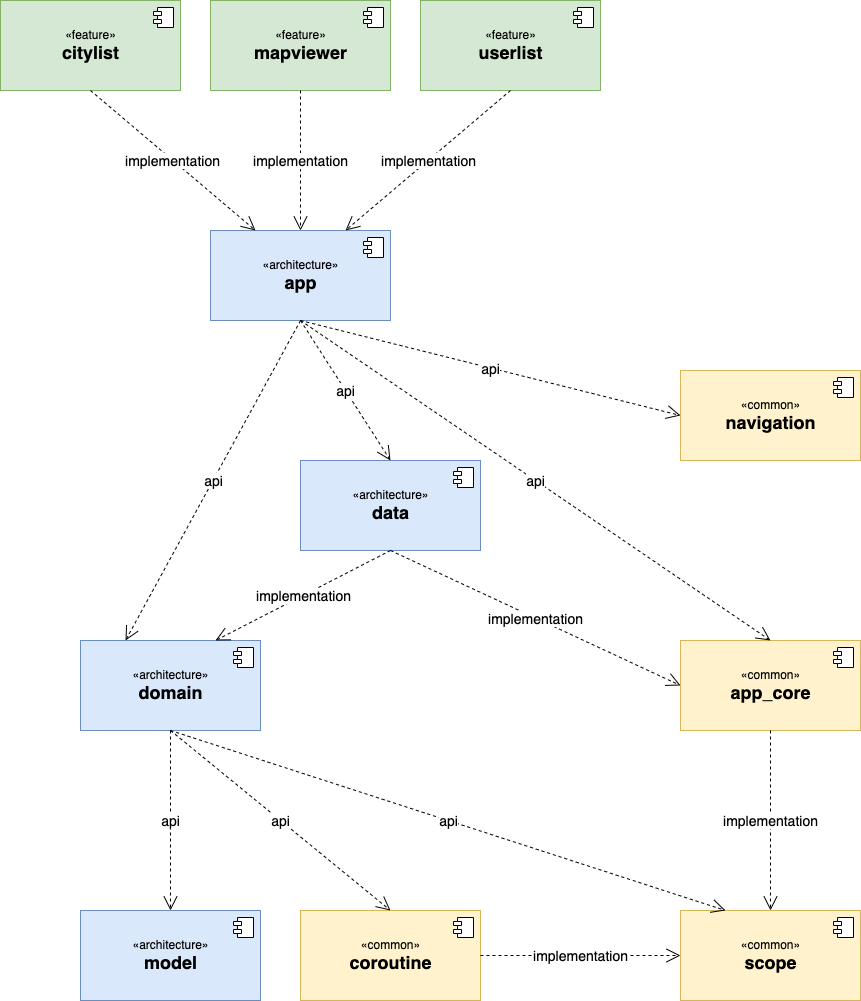
Above: static/modules.png in aminography/WorldCitiesApp (draw.io), before the change. Source tidied: cells renumbered, new cells last; positions are measured from the earlier drawing's top-left corner, leaving out a move shared by most shapes.
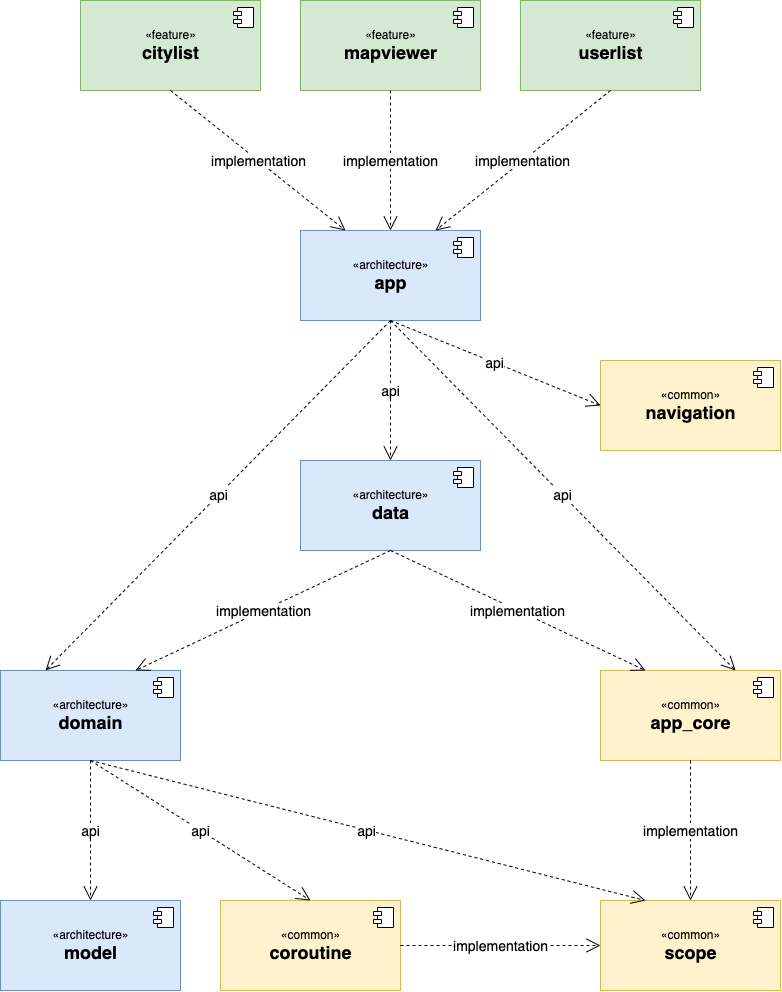
After the change.

Change to the diagram source:
```diff
@@ -11,7 +11,7 @@
       </mxGeometry>
     </mxCell>
     <mxCell id="4" value="«common»&lt;br&gt;&lt;span style=&quot;font-size: 18px&quot;&gt;&lt;b&gt;scope&lt;/b&gt;&lt;/span&gt;" style="html=1;fillColor=#fff2cc;strokeColor=#d6b656;" parent="1" vertex="1">
-      <mxGeometry x="680" y="910" width="180" height="90" as="geometry" />
+      <mxGeometry x="680" y="870" width="180" height="90" as="geometry" />
     </mxCell>
     <mxCell id="5" style="shape=module;jettyWidth=8;jettyHeight=4;" parent="4" vertex="1">
       <mxGeometry x="1" width="20" height="20" relative="1" as="geometry">
@@ -19,7 +19,7 @@
       </mxGeometry>
     </mxCell>
     <mxCell id="6" value="«common»&lt;br&gt;&lt;b&gt;&lt;font style=&quot;font-size: 18px&quot;&gt;coroutine&lt;/font&gt;&lt;/b&gt;" style="html=1;fillColor=#fff2cc;strokeColor=#d6b656;" parent="1" vertex="1">
-      <mxGeometry x="300" y="910" width="180" height="90" as="geometry" />
+      <mxGeometry x="300" y="870" width="180" height="90" as="geometry" />
     </mxCell>
     <mxCell id="7" style="shape=module;jettyWidth=8;jettyHeight=4;" parent="6" vertex="1">
       <mxGeometry x="1" width="20" height="20" relative="1" as="geometry">
@@ -27,7 +27,7 @@
       </mxGeometry>
     </mxCell>
     <mxCell id="8" value="«architecture»&lt;br&gt;&lt;span style=&quot;font-size: 18px&quot;&gt;&lt;b&gt;model&lt;/b&gt;&lt;/span&gt;" style="html=1;fillColor=#dae8fc;strokeColor=#6c8ebf;" parent="1" vertex="1">
-      <mxGeometry x="80" y="910" width="180" height="90" as="geometry" />
+      <mxGeometry x="80" y="870" width="180" height="90" as="geometry" />
     </mxCell>
     <mxCell id="9" style="shape=module;jettyWidth=8;jettyHeight=4;" parent="8" vertex="1">
       <mxGeometry x="1" width="20" height="20" relative="1" as="geometry">
@@ -41,7 +41,7 @@
       <mxGeometry relative="1" as="geometry" />
     </mxCell>
     <mxCell id="12" value="«common»&lt;br&gt;&lt;span style=&quot;font-size: 18px&quot;&gt;&lt;b&gt;navigation&lt;/b&gt;&lt;/span&gt;" style="html=1;fillColor=#fff2cc;strokeColor=#d6b656;" parent="1" vertex="1">
-      <mxGeometry x="680" y="370" width="180" height="90" as="geometry" />
+      <mxGeometry x="680" y="330" width="180" height="90" as="geometry" />
     </mxCell>
     <mxCell id="13" style="shape=module;jettyWidth=8;jettyHeight=4;" parent="12" vertex="1">
       <mxGeometry x="1" width="20" height="20" relative="1" as="geometry">
@@ -66,38 +66,38 @@
       <mxGeometry relative="1" as="geometry" />
     </mxCell>
     <mxCell id="19" value="«architecture»&lt;br&gt;&lt;b&gt;&lt;font style=&quot;font-size: 18px&quot;&gt;data&lt;/font&gt;&lt;/b&gt;" style="html=1;fillColor=#dae8fc;strokeColor=#6c8ebf;" parent="1" vertex="1">
-      <mxGeometry x="300" y="460" width="180" height="90" as="geometry" />
+      <mxGeometry x="380" y="430" width="180" height="90" as="geometry" />
     </mxCell>
     <mxCell id="20" style="shape=module;jettyWidth=8;jettyHeight=4;" parent="19" vertex="1">
       <mxGeometry x="1" width="20" height="20" relative="1" as="geometry">
         <mxPoint x="-27" y="7" as="offset" />
       </mxGeometry>
     </mxCell>
-    <mxCell id="21" value="&lt;font style=&quot;font-size: 14px&quot;&gt;implementation&lt;/font&gt;" style="endArrow=open;endSize=12;dashed=1;html=1;entryX=0;entryY=0.5;entryDx=0;entryDy=0;exitX=0.5;exitY=1;exitDx=0;exitDy=0;" parent="1" edge="1" source="19" target="2">
+    <mxCell id="21" value="&lt;font style=&quot;font-size: 14px&quot;&gt;implementation&lt;/font&gt;" style="endArrow=open;endSize=12;dashed=1;html=1;entryX=0.25;entryY=0;entryDx=0;entryDy=0;exitX=0.5;exitY=1;exitDx=0;exitDy=0;" parent="1" edge="1" source="19" target="2">
       <mxGeometry relative="1" as="geometry" />
     </mxCell>
     <mxCell id="22" value="&lt;font style=&quot;font-size: 14px&quot;&gt;implementation&lt;/font&gt;" style="endArrow=open;endSize=12;dashed=1;html=1;exitX=0.5;exitY=1;exitDx=0;exitDy=0;entryX=0.75;entryY=0;entryDx=0;entryDy=0;" parent="1" edge="1" source="19" target="14">
       <mxGeometry relative="1" as="geometry" />
     </mxCell>
     <mxCell id="23" value="«architecture»&lt;br&gt;&lt;b&gt;&lt;font style=&quot;font-size: 18px&quot;&gt;app&lt;/font&gt;&lt;/b&gt;" style="html=1;fillColor=#dae8fc;strokeColor=#6c8ebf;" parent="1" vertex="1">
-      <mxGeometry x="210" y="230" width="180" height="90" as="geometry" />
+      <mxGeometry x="380" y="200" width="180" height="90" as="geometry" />
     </mxCell>
     <mxCell id="24" style="shape=module;jettyWidth=8;jettyHeight=4;" parent="23" vertex="1">
       <mxGeometry x="1" width="20" height="20" relative="1" as="geometry">
         <mxPoint x="-27" y="7" as="offset" />
       </mxGeometry>
     </mxCell>
-    <mxCell id="25" value="&lt;font style=&quot;font-size: 14px&quot;&gt;api&lt;/font&gt;" style="endArrow=open;endSize=12;dashed=1;html=1;exitX=0.5;exitY=1;exitDx=0;exitDy=0;entryX=0;entryY=0.5;entryDx=0;entryDy=0;" parent="1" edge="1" source="23" target="12">
+    <mxCell id="25" value="&lt;span style=&quot;font-size: 14px&quot;&gt;api&lt;/span&gt;" style="endArrow=open;endSize=12;dashed=1;html=1;exitX=0.5;exitY=1;exitDx=0;exitDy=0;entryX=0;entryY=0.5;entryDx=0;entryDy=0;" parent="1" edge="1" source="23" target="12">
       <mxGeometry relative="1" as="geometry" />
     </mxCell>
-    <mxCell id="26" value="&lt;font style=&quot;font-size: 14px&quot;&gt;api&lt;/font&gt;" style="endArrow=open;endSize=12;dashed=1;html=1;exitX=0.5;exitY=1;exitDx=0;exitDy=0;entryX=0.5;entryY=0;entryDx=0;entryDy=0;" parent="1" edge="1" source="23" target="19">
+    <mxCell id="26" value="&lt;span style=&quot;font-size: 14px&quot;&gt;api&lt;/span&gt;" style="endArrow=open;endSize=12;dashed=1;html=1;exitX=0.5;exitY=1;exitDx=0;exitDy=0;entryX=0.5;entryY=0;entryDx=0;entryDy=0;" parent="1" edge="1" source="23" target="19">
       <mxGeometry relative="1" as="geometry" />
     </mxCell>
-    <mxCell id="27" value="&lt;font style=&quot;font-size: 14px&quot;&gt;api&lt;/font&gt;" style="endArrow=open;endSize=12;dashed=1;html=1;exitX=0.5;exitY=1;exitDx=0;exitDy=0;entryX=0.5;entryY=0;entryDx=0;entryDy=0;" parent="1" edge="1" source="23" target="2">
+    <mxCell id="27" value="&lt;span style=&quot;font-size: 14px&quot;&gt;api&lt;/span&gt;" style="endArrow=open;endSize=12;dashed=1;html=1;exitX=0.5;exitY=1;exitDx=0;exitDy=0;entryX=0.75;entryY=0;entryDx=0;entryDy=0;" parent="1" edge="1" source="23" target="2">
       <mxGeometry relative="1" as="geometry" />
     </mxCell>
     <mxCell id="28" value="«feature»&lt;br&gt;&lt;b&gt;&lt;font style=&quot;font-size: 18px&quot;&gt;citylist&lt;/font&gt;&lt;/b&gt;" style="html=1;fillColor=#d5e8d4;strokeColor=#82b366;" parent="1" vertex="1">
-      <mxGeometry width="180" height="90" as="geometry" />
+      <mxGeometry x="160" y="-30" width="180" height="90" as="geometry" />
     </mxCell>
     <mxCell id="29" style="shape=module;jettyWidth=8;jettyHeight=4;" parent="28" vertex="1">
       <mxGeometry x="1" width="20" height="20" relative="1" as="geometry">
@@ -105,7 +105,7 @@
       </mxGeometry>
     </mxCell>
     <mxCell id="30" value="«feature»&lt;br&gt;&lt;b&gt;&lt;font style=&quot;font-size: 18px&quot;&gt;mapviewer&lt;/font&gt;&lt;/b&gt;" style="html=1;fillColor=#d5e8d4;strokeColor=#82b366;" parent="1" vertex="1">
-      <mxGeometry x="210" width="180" height="90" as="geometry" />
+      <mxGeometry x="380" y="-30" width="180" height="90" as="geometry" />
     </mxCell>
     <mxCell id="31" style="shape=module;jettyWidth=8;jettyHeight=4;" parent="30" vertex="1">
       <mxGeometry x="1" width="20" height="20" relative="1" as="geometry">
@@ -113,7 +113,7 @@
       </mxGeometry>
     </mxCell>
     <mxCell id="32" value="«feature»&lt;br&gt;&lt;b&gt;&lt;font style=&quot;font-size: 18px&quot;&gt;userlist&lt;/font&gt;&lt;/b&gt;" style="html=1;fillColor=#d5e8d4;strokeColor=#82b366;" parent="1" vertex="1">
-      <mxGeometry x="420" width="180" height="90" as="geometry" />
+      <mxGeometry x="600" y="-30" width="180" height="90" as="geometry" />
     </mxCell>
     <mxCell id="33" style="shape=module;jettyWidth=8;jettyHeight=4;" parent="32" vertex="1">
       <mxGeometry x="1" width="20" height="20" relative="1" as="geometry">
@@ -129,7 +129,7 @@
     <mxCell id="36" value="&lt;font style=&quot;font-size: 14px&quot;&gt;implementation&lt;/font&gt;" style="endArrow=open;endSize=12;dashed=1;html=1;exitX=0.5;exitY=1;exitDx=0;exitDy=0;entryX=0.75;entryY=0;entryDx=0;entryDy=0;" parent="1" edge="1" source="32" target="23">
       <mxGeometry relative="1" as="geometry" />
     </mxCell>
-    <mxCell id="37" value="&lt;font style=&quot;font-size: 14px&quot;&gt;api&lt;/font&gt;" style="endArrow=open;endSize=12;dashed=1;html=1;entryX=0.25;entryY=0;entryDx=0;entryDy=0;exitX=0.5;exitY=1;exitDx=0;exitDy=0;" parent="1" edge="1" source="23" target="14">
+    <mxCell id="37" value="&lt;span style=&quot;font-size: 14px&quot;&gt;api&lt;/span&gt;" style="endArrow=open;endSize=12;dashed=1;html=1;entryX=0.25;entryY=0;entryDx=0;entryDy=0;exitX=0.5;exitY=1;exitDx=0;exitDy=0;" parent="1" edge="1" source="23" target="14">
       <mxGeometry relative="1" as="geometry" />
     </mxCell>
   </root>
```
